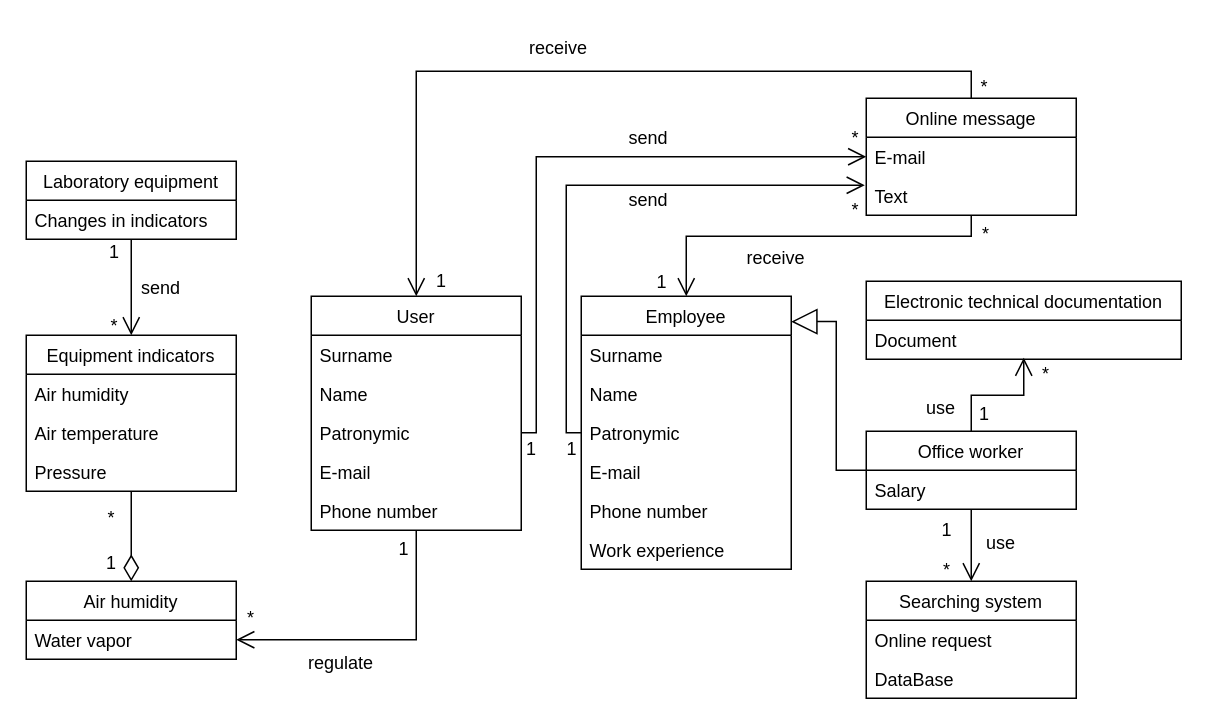
This is 2-SoftwareDesign/2.1-UMLConceptClasses/UML-ConceptClasses.drawio from oleksandrblazhko/ai204-ozarchuk, a draw.io file, before an edit. Source tidied: cells renumbered, new cells numbered last; positions are measured from the earlier drawing's top-left corner, leaving out a move shared by most shapes. Both pictures are drawn from the tidied source at 150%, with x=0, y=0 at pixel (26, 26).
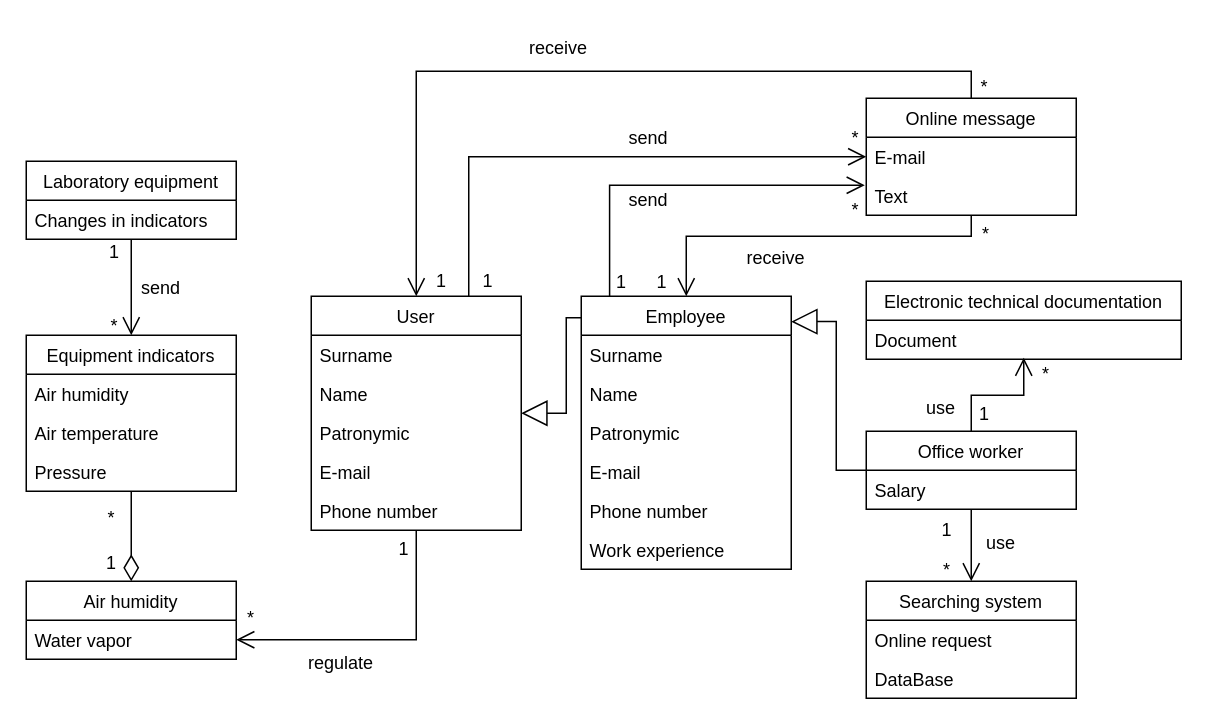
The same diagram, later.

Unchanged cells that the change refers to:
```xml
<mxCell id="3" value="User" style="swimlane;fontStyle=0;horizontal=1;startSize=26;fillColor=none;" parent="1" vertex="1">
  <mxGeometry x="190" y="180" width="140" height="156" as="geometry" />
</mxCell>
<mxCell id="6" value="Patronymic" style="text;strokeColor=none;fillColor=none;align=left;verticalAlign=top;spacingLeft=4;spacingRight=4;overflow=hidden;points=[[0,0.5],[1,0.5]];portConstraint=eastwest;" parent="3" vertex="1">
  <mxGeometry y="78" width="140" height="26" as="geometry" />
</mxCell>
<mxCell id="9" value="Employee" style="swimlane;fontStyle=0;horizontal=1;startSize=26;fillColor=none;" parent="1" vertex="1">
  <mxGeometry x="370" y="180" width="140" height="182" as="geometry" />
</mxCell>
<mxCell id="12" value="Patronymic" style="text;strokeColor=none;fillColor=none;align=left;verticalAlign=top;spacingLeft=4;spacingRight=4;overflow=hidden;points=[[0,0.5],[1,0.5]];portConstraint=eastwest;" parent="9" vertex="1">
  <mxGeometry y="78" width="140" height="26" as="geometry" />
</mxCell>
<mxCell id="39" value="E-mail" style="text;strokeColor=none;fillColor=none;align=left;verticalAlign=top;spacingLeft=4;spacingRight=4;overflow=hidden;points=[[0,0.5],[1,0.5]];portConstraint=eastwest;" parent="38" vertex="1">
  <mxGeometry y="26" width="140" height="26" as="geometry" />
</mxCell>
```

The edit, as a diff of the source:
```diff
@@
-    <mxCell id="41" style="edgeStyle=orthogonalEdgeStyle;rounded=0;jettySize=auto;html=1;exitX=1;exitY=0.5;exitDx=0;exitDy=0;entryX=0;entryY=0.5;entryDx=0;entryDy=0;strokeWidth=1;endArrow=open;endFill=0;endSize=10;" parent="1" edge="1" source="6" target="39">
+    <mxCell id="41" style="edgeStyle=orthogonalEdgeStyle;rounded=0;jettySize=auto;html=1;exitX=0.75;exitY=0;exitDx=0;exitDy=0;entryX=0;entryY=0.5;entryDx=0;entryDy=0;strokeWidth=1;endArrow=open;endFill=0;endSize=10;" parent="1" edge="1" source="3" target="39">
       <mxGeometry relative="1" as="geometry">
         <Array as="points">
-          <mxPoint x="340" y="271" />
-          <mxPoint x="340" y="87" />
+          <mxPoint x="295" y="87" />
         </Array>
       </mxGeometry>
     </mxCell>
-    <mxCell id="42" style="edgeStyle=orthogonalEdgeStyle;rounded=0;jettySize=auto;html=1;entryX=-0.007;entryY=1.231;entryDx=0;entryDy=0;entryPerimeter=0;strokeWidth=1;endArrow=open;endFill=0;endSize=10;" parent="1" edge="1" source="12" target="39">
+    <mxCell id="42" style="edgeStyle=orthogonalEdgeStyle;rounded=0;jettySize=auto;html=1;entryX=-0.007;entryY=1.231;entryDx=0;entryDy=0;entryPerimeter=0;strokeWidth=1;endArrow=open;endFill=0;endSize=10;exitX=0.135;exitY=0.003;exitDx=0;exitDy=0;exitPerimeter=0;" parent="1" edge="1" source="9" target="39">
       <mxGeometry relative="1" as="geometry">
         <Array as="points">
-          <mxPoint x="360" y="271" />
-          <mxPoint x="360" y="106" />
+          <mxPoint x="389" y="106" />
         </Array>
       </mxGeometry>
     </mxCell>
@@
     <mxCell id="61" value="1" style="text;html=1;strokeColor=none;fillColor=none;align=center;verticalAlign=middle;whiteSpace=wrap;rounded=0;" parent="1" vertex="1">
-      <mxGeometry x="307" y="267" width="60" height="30" as="geometry" />
+      <mxGeometry x="278" y="155" width="60" height="30" as="geometry" />
     </mxCell>
     <mxCell id="62" value="1" style="text;html=1;strokeColor=none;fillColor=none;align=center;verticalAlign=middle;whiteSpace=wrap;rounded=0;" parent="1" vertex="1">
-      <mxGeometry x="334" y="267" width="60" height="30" as="geometry" />
+      <mxGeometry x="367" y="156" width="60" height="30" as="geometry" />
     </mxCell>
@@
+    <mxCell id="69" style="edgeStyle=orthogonalEdgeStyle;rounded=0;jettySize=auto;html=1;exitX=0.001;exitY=0.079;exitDx=0;exitDy=0;endArrow=block;endFill=0;exitPerimeter=0;endSize=15;" parent="1" edge="1" source="9" target="3">
+      <mxGeometry relative="1" as="geometry">
+        <Array as="points">
+          <mxPoint x="360" y="194" />
+          <mxPoint x="360" y="258" />
+        </Array>
+      </mxGeometry>
+    </mxCell>
```
